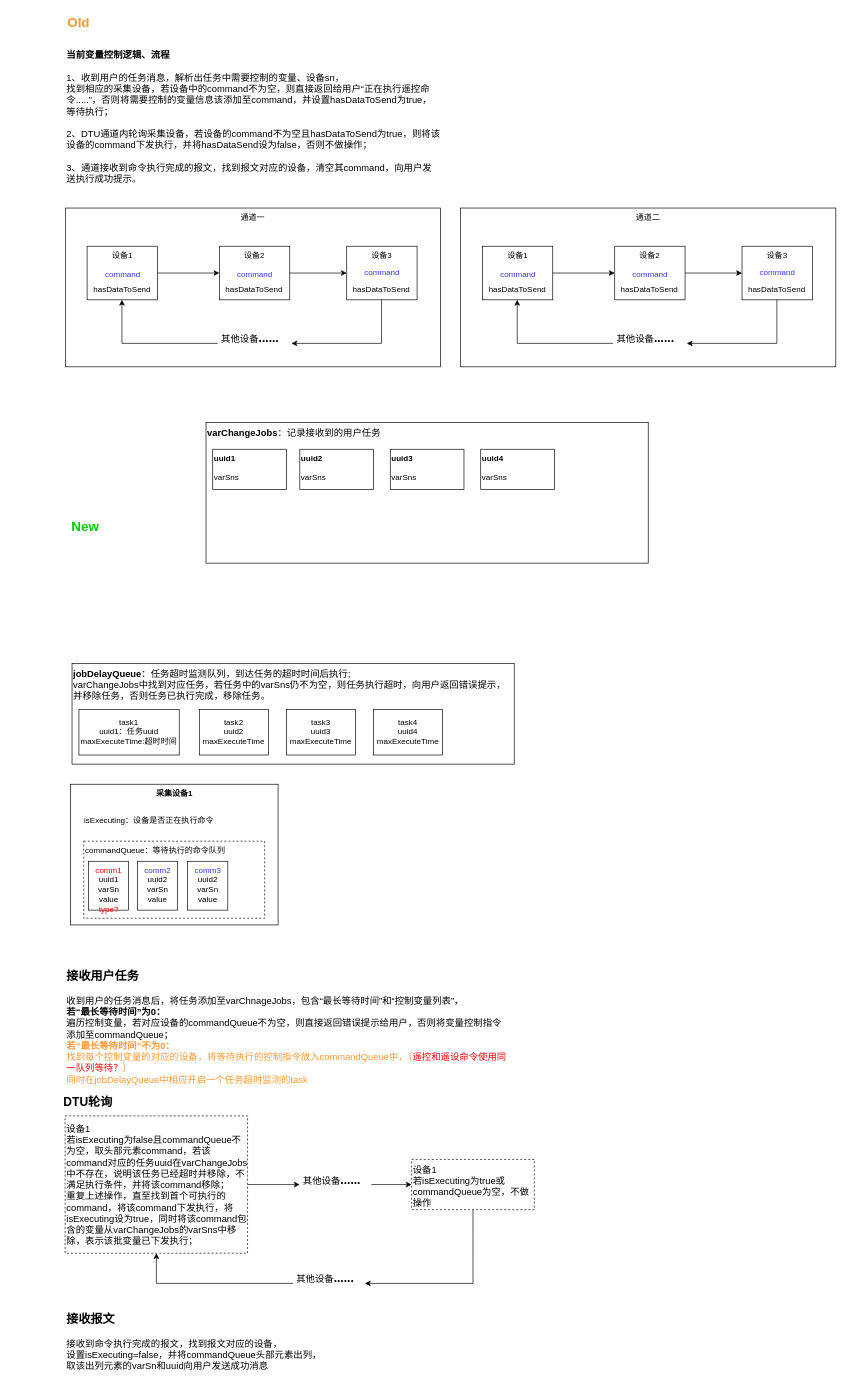
foreverfirst/draw keeps this draw.io diagram as 设备控制 的副本.drawio. Above is the earlier version. Source tidied: cells renumbered, new cells numbered last; positions are measured from the earlier drawing's top-left corner, leaving out a move shared by most shapes. Both pictures are drawn from the tidied source at 67%, with x=0, y=0 at pixel (58, 11).
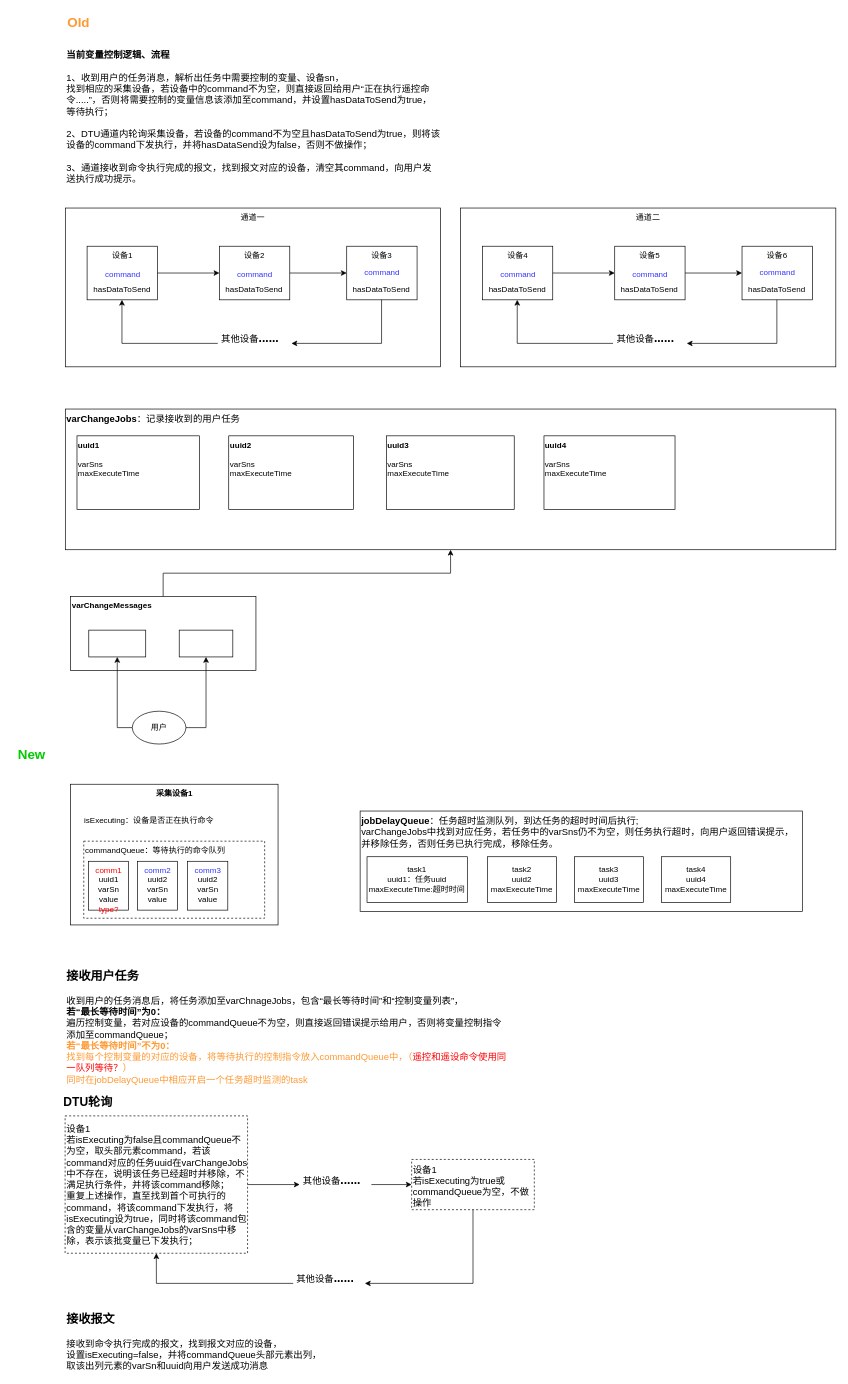
After the change.

Commit message:
更新设备控制 的副本.drawio

Unchanged cells that the change refers to:
```xml
<mxCell id="59" style="group;" parent="58" vertex="1">
  <mxGeometry width="105" height="80" as="geometry" />
</mxCell>
<mxCell id="63" style="group;" parent="58" vertex="1">
  <mxGeometry x="387.5" width="105" height="80" as="geometry" />
</mxCell>
<mxCell id="70" style="group;" parent="58" vertex="1">
  <mxGeometry x="197.5" width="105" height="80" as="geometry" />
</mxCell>
```

Change to the diagram source:
```diff
@@
     <mxCell id="4" style="group;" parent="1" vertex="1">
-      <mxGeometry x="220" y="613" width="660" height="210" as="geometry" />
+      <mxGeometry x="10" y="593" width="1150" height="210" as="geometry" />
     </mxCell>
     <mxCell id="5" value="&lt;font style=&quot;font-size: 14px;&quot;&gt;&lt;b&gt;varChangeJobs&lt;/b&gt;：记录接收到的用户任务&lt;br&gt;&lt;br style=&quot;border-color: var(--border-color);&quot;&gt;&lt;br&gt;&lt;/font&gt;" style="rounded=0;whiteSpace=wrap;html=1;verticalAlign=top;align=left;" parent="4" vertex="1">
-      <mxGeometry width="660" height="210" as="geometry" />
+      <mxGeometry width="1150" height="210" as="geometry" />
     </mxCell>
-    <mxCell id="6" value="&lt;b&gt;uuid1&lt;/b&gt;&lt;br&gt;&lt;br&gt;varSns" style="text;html=1;strokeColor=default;fillColor=none;align=left;verticalAlign=top;whiteSpace=wrap;rounded=0;" parent="4" vertex="1">
-      <mxGeometry x="10" y="40" width="110" height="60" as="geometry" />
+    <mxCell id="6" value="&lt;b&gt;uuid1&lt;/b&gt;&lt;br&gt;&lt;br&gt;varSns&lt;br&gt;maxExecuteTime" style="text;html=1;strokeColor=default;fillColor=none;align=left;verticalAlign=top;whiteSpace=wrap;rounded=0;" parent="4" vertex="1">
+      <mxGeometry x="17.4" y="40" width="182.6" height="110" as="geometry" />
     </mxCell>
-    <mxCell id="7" value="&lt;b&gt;uuid2&lt;/b&gt;&lt;br&gt;&lt;br&gt;varSns" style="text;html=1;strokeColor=default;fillColor=none;align=left;verticalAlign=top;whiteSpace=wrap;rounded=0;" parent="4" vertex="1">
-      <mxGeometry x="140" y="40" width="110" height="60" as="geometry" />
+    <mxCell id="7" value="&lt;b&gt;uuid2&lt;/b&gt;&lt;br&gt;&lt;br&gt;varSns&lt;br&gt;maxExecuteTime" style="text;html=1;strokeColor=default;fillColor=none;align=left;verticalAlign=top;whiteSpace=wrap;rounded=0;" parent="4" vertex="1">
+      <mxGeometry x="243.9" y="40" width="186.1" height="110" as="geometry" />
     </mxCell>
-    <mxCell id="8" value="&lt;b&gt;uuid3&lt;/b&gt;&lt;br&gt;&lt;br&gt;varSns" style="text;html=1;strokeColor=default;fillColor=none;align=left;verticalAlign=top;whiteSpace=wrap;rounded=0;" parent="4" vertex="1">
-      <mxGeometry x="275" y="40" width="110" height="60" as="geometry" />
+    <mxCell id="8" value="&lt;b&gt;uuid3&lt;/b&gt;&lt;br&gt;&lt;br&gt;varSns&lt;br&gt;maxExecuteTime" style="text;html=1;strokeColor=default;fillColor=none;align=left;verticalAlign=top;whiteSpace=wrap;rounded=0;" parent="4" vertex="1">
+      <mxGeometry x="479.2" y="40" width="190.8" height="110" as="geometry" />
     </mxCell>
-    <mxCell id="9" value="&lt;b&gt;uuid4&lt;/b&gt;&lt;br&gt;&lt;br&gt;varSns" style="text;html=1;strokeColor=default;fillColor=none;align=left;verticalAlign=top;whiteSpace=wrap;rounded=0;" parent="4" vertex="1">
-      <mxGeometry x="410" y="40" width="110" height="60" as="geometry" />
+    <mxCell id="9" value="&lt;b&gt;uuid4&lt;/b&gt;&lt;br&gt;&lt;br&gt;varSns&lt;br&gt;maxExecuteTime" style="text;html=1;strokeColor=default;fillColor=none;align=left;verticalAlign=top;whiteSpace=wrap;rounded=0;" parent="4" vertex="1">
+      <mxGeometry x="714.4" y="40" width="195.6" height="110" as="geometry" />
     </mxCell>
@@
     <mxCell id="18" style="group;" parent="1" vertex="1">
-      <mxGeometry x="20" y="973" width="660" height="150" as="geometry" />
+      <mxGeometry x="450" y="1193" width="660" height="150" as="geometry" />
     </mxCell>
@@
     <mxCell id="37" value="&lt;b style=&quot;font-size: 20px;&quot;&gt;&lt;font color=&quot;#00cc00&quot; style=&quot;font-size: 20px;&quot;&gt;New&lt;/font&gt;&lt;/b&gt;" style="text;html=1;align=center;verticalAlign=middle;whiteSpace=wrap;rounded=0;fontSize=20;" parent="1" vertex="1">
-      <mxGeometry x="10" y="753" width="60" height="30" as="geometry" />
+      <mxGeometry x="-70" y="1093" width="60" height="30" as="geometry" />
     </mxCell>
@@
-    <mxCell id="60" value="设备1" style="rounded=0;whiteSpace=wrap;html=1;verticalAlign=top;" parent="59" vertex="1">
+    <mxCell id="60" value="设备4" style="rounded=0;whiteSpace=wrap;html=1;verticalAlign=top;" parent="59" vertex="1">
       <mxGeometry width="105" height="80" as="geometry" />
     </mxCell>
@@
-    <mxCell id="64" value="设备3" style="rounded=0;whiteSpace=wrap;html=1;verticalAlign=top;" parent="63" vertex="1">
+    <mxCell id="64" value="设备6" style="rounded=0;whiteSpace=wrap;html=1;verticalAlign=top;" parent="63" vertex="1">
       <mxGeometry width="105" height="80" as="geometry" />
     </mxCell>
@@
-    <mxCell id="71" value="设备2" style="rounded=0;whiteSpace=wrap;html=1;verticalAlign=top;" parent="70" vertex="1">
+    <mxCell id="71" value="设备5" style="rounded=0;whiteSpace=wrap;html=1;verticalAlign=top;" parent="70" vertex="1">
       <mxGeometry width="105" height="80" as="geometry" />
     </mxCell>
@@
+    <mxCell id="76" style="edgeStyle=orthogonalEdgeStyle;rounded=0;jettySize=auto;html=1;entryX=0.5;entryY=1;entryDx=0;entryDy=0;" parent="1" edge="1" source="77" target="5">
+      <mxGeometry relative="1" as="geometry" />
+    </mxCell>
+    <mxCell id="77" value="&lt;b&gt;varChangeMessages&lt;/b&gt;" style="rounded=0;whiteSpace=wrap;html=1;align=left;verticalAlign=top;" parent="1" vertex="1">
+      <mxGeometry x="17.5" y="873" width="277" height="110" as="geometry" />
+    </mxCell>
+    <mxCell id="78" style="rounded=0;whiteSpace=wrap;html=1;" parent="1" vertex="1">
+      <mxGeometry x="180" y="923" width="80" height="40" as="geometry" />
+    </mxCell>
+    <mxCell id="79" style="rounded=0;whiteSpace=wrap;html=1;" parent="1" vertex="1">
+      <mxGeometry x="45" y="923" width="85" height="40" as="geometry" />
+    </mxCell>
+    <mxCell id="80" style="edgeStyle=orthogonalEdgeStyle;rounded=0;jettySize=auto;html=1;exitX=1;exitY=0.5;exitDx=0;exitDy=0;" parent="1" edge="1" source="82" target="78">
+      <mxGeometry relative="1" as="geometry" />
+    </mxCell>
+    <mxCell id="81" style="edgeStyle=orthogonalEdgeStyle;rounded=0;jettySize=auto;html=1;exitX=0;exitY=0.5;exitDx=0;exitDy=0;entryX=0.5;entryY=1;entryDx=0;entryDy=0;" parent="1" edge="1" source="82" target="79">
+      <mxGeometry relative="1" as="geometry" />
+    </mxCell>
+    <mxCell id="82" value="用户" style="ellipse;whiteSpace=wrap;html=1;" parent="1" vertex="1">
+      <mxGeometry x="110" y="1044" width="80" height="49" as="geometry" />
+    </mxCell>
```
